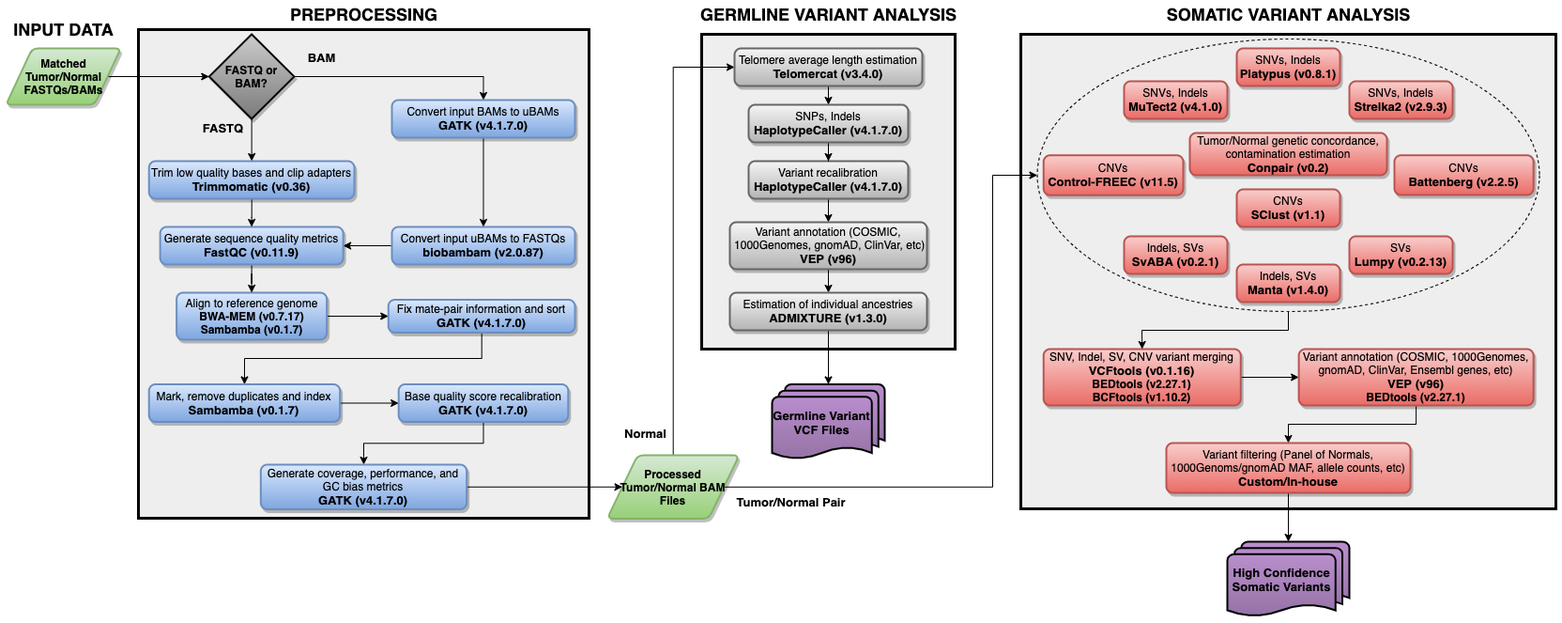
Above: MGP1000Pipeline.png in pblaney/mgp1000 (draw.io), before the change. Source tidied: cells renumbered, new cells last; positions are measured from the earlier drawing's top-left corner, leaving out a move shared by most shapes.
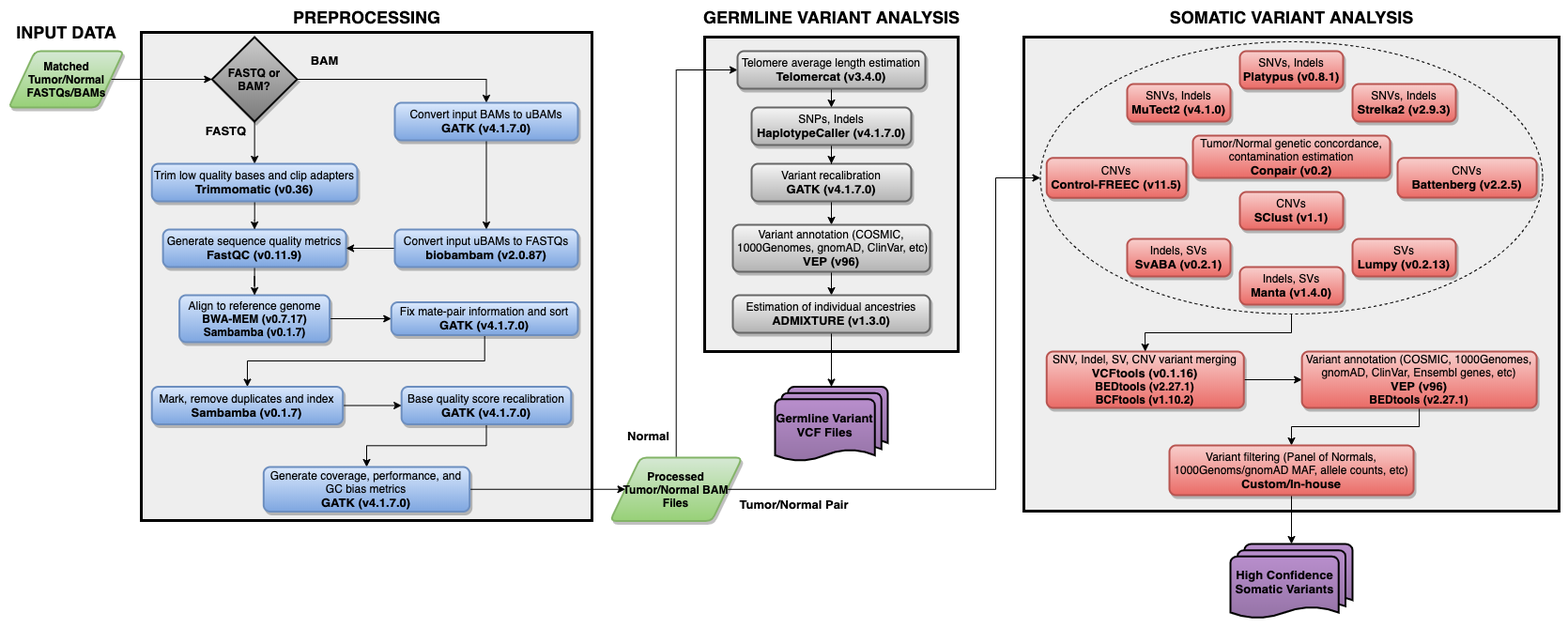
The same file after the commit.

Commit message:
fixed name of step in germline variant analysis step

What changed in the source:
```diff
@@ -112,7 +112,7 @@
     <mxCell id="36" style="edgeStyle=orthogonalEdgeStyle;rounded=0;jettySize=auto;html=1;startArrow=none;startFill=0;endArrow=classic;endFill=1;strokeColor=#000000;strokeWidth=1;fontSize=13;" parent="1" edge="1" source="37" target="39">
       <mxGeometry relative="1" as="geometry" />
     </mxCell>
-    <mxCell id="37" value="Variant recalibration&lt;br&gt;&lt;b&gt;&lt;font style=&quot;font-size: 13px&quot;&gt;HaplotypeCaller (v4.1.7.0)&lt;/font&gt;&lt;/b&gt;" style="rounded=1;whiteSpace=wrap;html=1;absoluteArcSize=1;arcSize=14;strokeWidth=2;shadow=1;comic=0;fillColor=#f5f5f5;strokeColor=#666666;gradientColor=#b3b3b3;" parent="1" vertex="1">
+    <mxCell id="37" value="Variant recalibration&lt;br&gt;&lt;b&gt;&lt;font style=&quot;font-size: 13px&quot;&gt;GATK (v4.1.7.0)&lt;/font&gt;&lt;/b&gt;" style="rounded=1;whiteSpace=wrap;html=1;absoluteArcSize=1;arcSize=14;strokeWidth=2;shadow=1;comic=0;fillColor=#f5f5f5;strokeColor=#666666;gradientColor=#b3b3b3;" parent="1" vertex="1">
       <mxGeometry x="791" y="166" width="170" height="40" as="geometry" />
     </mxCell>
     <mxCell id="38" style="edgeStyle=orthogonalEdgeStyle;rounded=0;jettySize=auto;html=1;entryX=0.5;entryY=0;entryDx=0;entryDy=0;" parent="1" edge="1" source="39" target="65">
```
